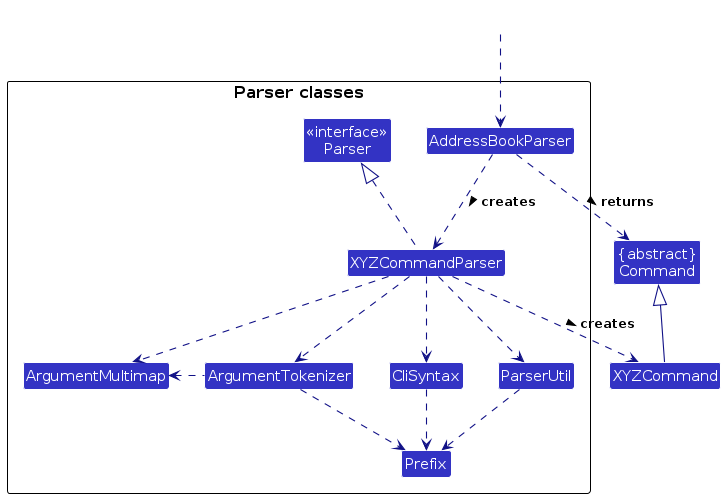
Earlier version of the PlantUML export diagrams/ParserClasses.png (AY2324S1-CS2103T-T11-3/tp). Its source is kept beside it as diagrams/ParserClasses.puml.
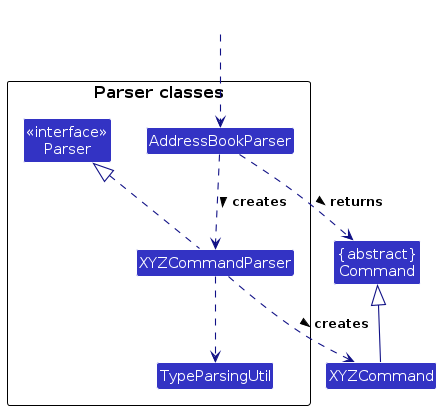
The same diagram one commit later.

Commit message:
deploy: 895f3a1ce9c90bf83953a1becabae098784c8233

Change to the diagram source:
```diff
@@ -11,11 +11,7 @@
 Class "<<interface>>\nParser" as Parser
 Class AddressBookParser
 Class XYZCommandParser
-Class CliSyntax
-Class ParserUtil
-Class ArgumentMultimap
-Class ArgumentTokenizer
-Class Prefix
+Class TypeParsingUtil
 }
 
 Class HiddenOutside #FFFFFF
@@ -26,13 +22,6 @@
 XYZCommandParser ..> XYZCommand : creates >
 AddressBookParser ..> Command : returns >
 XYZCommandParser .up.|> Parser
-XYZCommandParser ..> ArgumentMultimap
-XYZCommandParser ..> ArgumentTokenizer
-ArgumentTokenizer .left.> ArgumentMultimap
-XYZCommandParser ..> CliSyntax
-CliSyntax ..> Prefix
-XYZCommandParser ..> ParserUtil
-ParserUtil .down.> Prefix
-ArgumentTokenizer .down.> Prefix
+XYZCommandParser ..> TypeParsingUtil
 XYZCommand -up-|> Command
 @enduml
```
